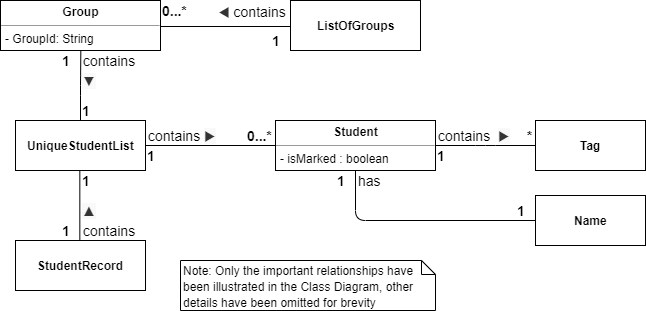
Before: docs/images/GroupStudentClassDiagram.png, a diagram exported from draw.io (nus-cs2103-AY1920S1/addressbook-level3). Source tidied: cells renumbered, new cells last; positions are measured from the earlier drawing's top-left corner, leaving out a move shared by most shapes.
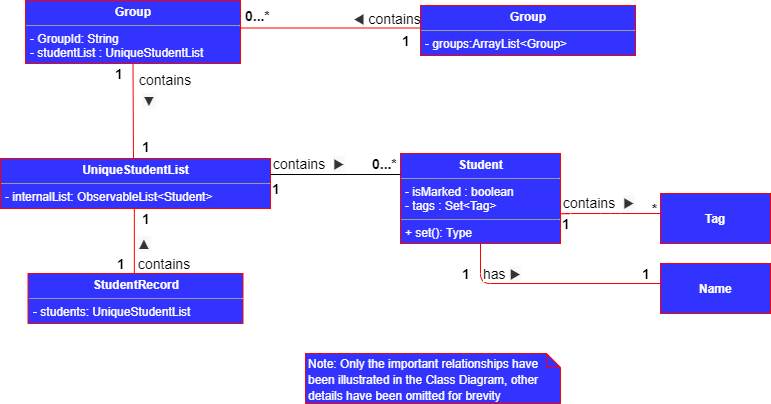
Above is the later version.

Commit message:
DG diagram color

What changed in the source:
```diff
@@ -1,17 +1,22 @@
-<mxGraphModel>
+<mxGraphModel background="#ffffff">
   <root>
     <mxCell id="0" />
     <mxCell id="1" parent="0" />
+    <mxCell id="38" style="endArrow=none;html=1;entryX=0.5;entryY=1;entryDx=0;entryDy=0;strokeColor=#FF0000;" parent="1" edge="1" target="37">
+      <mxGeometry relative="1" as="geometry">
+        <mxPoint x="8" y="130" as="sourcePoint" />
+      </mxGeometry>
+    </mxCell>
-    <mxCell id="2" value="&lt;p style=&quot;margin: 0px ; margin-top: 4px ; text-align: center&quot;&gt;&lt;b&gt;Student&lt;/b&gt;&lt;/p&gt;&lt;hr size=&quot;1&quot;&gt;&lt;p style=&quot;margin: 0px ; margin-left: 4px&quot;&gt;- isMarked : boolean&lt;/p&gt;&lt;hr size=&quot;1&quot;&gt;&lt;p style=&quot;margin: 0px ; margin-left: 4px&quot;&gt;+ set(): Type&lt;/p&gt;" style="verticalAlign=top;align=left;overflow=fill;fontSize=12;fontFamily=Helvetica;html=1;" parent="1" vertex="1">
-      <mxGeometry x="275" y="120" width="160" height="50" as="geometry" />
+    <mxCell id="2" value="&lt;p style=&quot;margin: 0px ; margin-top: 4px ; text-align: center&quot;&gt;&lt;b&gt;Student&lt;/b&gt;&lt;/p&gt;&lt;hr size=&quot;1&quot;&gt;&lt;p style=&quot;margin: 0px ; margin-left: 4px&quot;&gt;- isMarked : boolean&lt;/p&gt;&lt;p style=&quot;margin: 0px ; margin-left: 4px&quot;&gt;- tags : Set&amp;lt;Tag&amp;gt;&lt;/p&gt;&lt;hr size=&quot;1&quot;&gt;&lt;p style=&quot;margin: 0px ; margin-left: 4px&quot;&gt;+ set(): Type&lt;/p&gt;" style="verticalAlign=top;align=left;overflow=fill;fontSize=12;fontFamily=Helvetica;html=1;fontColor=#FFFFFF;strokeColor=#FF0000;fillColor=#3333FF;" parent="1" vertex="1">
+      <mxGeometry x="275" y="120" width="160" height="90" as="geometry" />
     </mxCell>
-    <mxCell id="3" style="endArrow=none;html=1;edgeStyle=orthogonalEdgeStyle;" parent="1" edge="1">
+    <mxCell id="3" style="endArrow=none;html=1;edgeStyle=orthogonalEdgeStyle;strokeColor=#FF0000;" parent="1" edge="1">
       <mxGeometry relative="1" as="geometry">
-        <mxPoint x="435" y="144.5" as="sourcePoint" />
-        <mxPoint x="535" y="145" as="targetPoint" />
+        <mxPoint x="435" y="179" as="sourcePoint" />
+        <mxPoint x="535" y="179.5" as="targetPoint" />
         <Array as="points">
-          <mxPoint x="485" y="145" />
-          <mxPoint x="485" y="145" />
+          <mxPoint x="485" y="179.5" />
+          <mxPoint x="485" y="179.5" />
         </Array>
       </mxGeometry>
     </mxCell>
@@ -19,10 +24,10 @@
       <mxGeometry x="-1" relative="1" as="geometry" />
     </mxCell>
     <mxCell id="5" value="&lt;font style=&quot;font-size: 14px&quot;&gt;&lt;b&gt;1&lt;/b&gt;&lt;/font&gt;" style="text;html=1;align=left;verticalAlign=top;spacingTop=-4;" parent="1" vertex="1">
-      <mxGeometry x="435" y="145" width="20" height="20" as="geometry" />
+      <mxGeometry x="435" y="180" width="20" height="20" as="geometry" />
     </mxCell>
     <mxCell id="6" value="&lt;font style=&quot;font-size: 14px&quot;&gt;&lt;b&gt;*&lt;/b&gt;&lt;/font&gt;" style="text;html=1;align=left;verticalAlign=top;spacingTop=-4;" parent="1" vertex="1">
-      <mxGeometry x="525" y="125" width="20" height="20" as="geometry" />
+      <mxGeometry x="525" y="165" width="20" height="20" as="geometry" />
     </mxCell>
     <mxCell id="7" style="edgeStyle=orthogonalEdgeStyle;rounded=0;orthogonalLoop=1;jettySize=auto;html=1;exitX=0.5;exitY=1;exitDx=0;exitDy=0;" parent="1" edge="1">
       <mxGeometry relative="1" as="geometry">
@@ -30,116 +35,109 @@
         <mxPoint x="615" y="170" as="targetPoint" />
       </mxGeometry>
     </mxCell>
-    <mxCell id="8" value="&lt;b&gt;Tag&lt;/b&gt;" style="html=1;" parent="1" vertex="1">
-      <mxGeometry x="535" y="120" width="110" height="50" as="geometry" />
+    <mxCell id="8" value="&lt;b&gt;Tag&lt;/b&gt;" style="html=1;strokeColor=#FF0000;fillColor=#3333FF;fontColor=#FFFFFF;" parent="1" vertex="1">
+      <mxGeometry x="535" y="160" width="110" height="50" as="geometry" />
     </mxCell>
-    <mxCell id="9" style="endArrow=none;html=1;edgeStyle=orthogonalEdgeStyle;exitX=0.5;exitY=1;exitDx=0;exitDy=0;" parent="1" edge="1" source="2">
+    <mxCell id="9" style="endArrow=none;html=1;edgeStyle=orthogonalEdgeStyle;exitX=0.5;exitY=1;exitDx=0;exitDy=0;entryX=0;entryY=0.5;entryDx=0;entryDy=0;strokeColor=#FF0000;" parent="1" edge="1" source="2" target="14">
       <mxGeometry relative="1" as="geometry">
-        <mxPoint x="525" y="220" as="targetPoint" />
         <Array as="points">
-          <mxPoint x="355" y="220" />
-          <mxPoint x="545" y="220" />
+          <mxPoint x="355" y="250" />
+          <mxPoint x="545" y="250" />
+          <mxPoint x="545" y="245" />
         </Array>
       </mxGeometry>
     </mxCell>
-    <mxCell id="10" value="&lt;font style=&quot;font-size: 14px&quot;&gt;has&lt;/font&gt;" style="html=1;align=left;verticalAlign=bottom;labelBackgroundColor=#ffffff;fontSize=10;" parent="9" vertex="1">
+    <mxCell id="10" value="&lt;font style=&quot;font-size: 14px&quot;&gt;has&amp;nbsp;&lt;/font&gt;&lt;span style=&quot;color: rgb(51 , 51 , 51) ; font-family: &amp;#34;open sans&amp;#34; , &amp;#34;helvetica neue&amp;#34; , &amp;#34;helvetica&amp;#34; , &amp;#34;arial&amp;#34; , sans-serif ; font-size: 14px ; white-space: normal ; background-color: rgb(249 , 249 , 249)&quot;&gt;▶&lt;/span&gt;" style="html=1;align=left;verticalAlign=bottom;labelBackgroundColor=#ffffff;fontSize=10;" parent="9" vertex="1">
       <mxGeometry x="-1" relative="1" as="geometry">
-        <mxPoint y="20" as="offset" />
+        <mxPoint y="40" as="offset" />
       </mxGeometry>
     </mxCell>
     <mxCell id="11" style="html=1;align=right;verticalAlign=bottom;labelBackgroundColor=#ffffff;fontSize=10;" parent="9" vertex="1">
       <mxGeometry x="1" relative="1" as="geometry" />
     </mxCell>
     <mxCell id="12" value="&lt;font style=&quot;font-size: 14px&quot;&gt;&lt;b&gt;1&lt;/b&gt;&lt;/font&gt;" style="text;html=1;align=left;verticalAlign=top;spacingTop=-4;" parent="1" vertex="1">
-      <mxGeometry x="335" y="170" width="20" height="20" as="geometry" />
+      <mxGeometry x="335" y="230" width="20" height="20" as="geometry" />
     </mxCell>
     <mxCell id="13" value="&lt;font style=&quot;font-size: 14px&quot;&gt;&lt;b&gt;1&lt;/b&gt;&lt;/font&gt;" style="text;html=1;align=left;verticalAlign=top;spacingTop=-4;" parent="1" vertex="1">
-      <mxGeometry x="515" y="200" width="20" height="20" as="geometry" />
+      <mxGeometry x="515" y="230" width="20" height="20" as="geometry" />
     </mxCell>
-    <mxCell id="14" value="&lt;b&gt;Name&lt;/b&gt;" style="html=1;" parent="1" vertex="1">
-      <mxGeometry x="535" y="195" width="110" height="50" as="geometry" />
+    <mxCell id="14" value="&lt;b&gt;Name&lt;/b&gt;" style="html=1;fontColor=#FFFFFF;strokeColor=#FF0000;fillColor=#3333FF;" parent="1" vertex="1">
+      <mxGeometry x="535" y="230" width="110" height="50" as="geometry" />
     </mxCell>
-    <mxCell id="15" value="&lt;b&gt;UniqueStudentList&lt;/b&gt;" style="html=1;" parent="1" vertex="1">
-      <mxGeometry x="15" y="120" width="130" height="50" as="geometry" />
-    </mxCell>
-    <mxCell id="16" style="endArrow=none;html=1;edgeStyle=orthogonalEdgeStyle;entryX=0;entryY=0.5;entryDx=0;entryDy=0;" parent="1" edge="1" target="2">
-      <mxGeometry relative="1" as="geometry">
-        <mxPoint x="145" y="145" as="sourcePoint" />
-      </mxGeometry>
-    </mxCell>
-    <mxCell id="17" value="&lt;font style=&quot;font-size: 14px&quot;&gt;contains&amp;nbsp;&lt;span style=&quot;color: rgb(51 , 51 , 51) ; font-family: &amp;#34;open sans&amp;#34; , &amp;#34;helvetica neue&amp;#34; , &amp;#34;helvetica&amp;#34; , &amp;#34;arial&amp;#34; , sans-serif ; white-space: normal ; background-color: rgb(249 , 249 , 249)&quot;&gt;▶&lt;/span&gt;&lt;/font&gt;" style="html=1;align=left;verticalAlign=bottom;labelBackgroundColor=#ffffff;fontSize=10;" parent="16" vertex="1">
-      <mxGeometry x="-1" relative="1" as="geometry" />
-    </mxCell>
     <mxCell id="18" value="&lt;font style=&quot;font-size: 14px&quot;&gt;&lt;b&gt;1&lt;/b&gt;&lt;/font&gt;" style="text;html=1;align=left;verticalAlign=top;spacingTop=-4;" parent="1" vertex="1">
       <mxGeometry x="145" y="145" width="20" height="20" as="geometry" />
     </mxCell>
     <mxCell id="19" value="&lt;font style=&quot;font-size: 14px&quot;&gt;&lt;b&gt;0...*&lt;/b&gt;&lt;/font&gt;" style="text;html=1;align=left;verticalAlign=top;spacingTop=-4;" parent="1" vertex="1">
-      <mxGeometry x="245" y="125" width="40" height="20" as="geometry" />
+      <mxGeometry x="245" y="120" width="40" height="20" as="geometry" />
     </mxCell>
-    <mxCell id="20" style="endArrow=none;html=1;edgeStyle=orthogonalEdgeStyle;entryX=0.5;entryY=0;entryDx=0;entryDy=0;exitX=0.5;exitY=1;exitDx=0;exitDy=0;" parent="1" edge="1" target="15">
-      <mxGeometry relative="1" as="geometry">
-        <mxPoint x="80.3" y="50" as="sourcePoint" />
-      </mxGeometry>
-    </mxCell>
-    <mxCell id="21" value="contains" style="html=1;align=left;verticalAlign=bottom;labelBackgroundColor=#ffffff;fontSize=14;" parent="20" vertex="1">
-      <mxGeometry x="-1" relative="1" as="geometry">
-        <mxPoint y="20" as="offset" />
-      </mxGeometry>
-    </mxCell>
     <mxCell id="22" value="&lt;font style=&quot;font-size: 14px&quot;&gt;&lt;b&gt;1&lt;/b&gt;&lt;/font&gt;" style="text;html=1;align=left;verticalAlign=top;spacingTop=-4;" parent="1" vertex="1">
-      <mxGeometry x="60" y="50" width="20" height="20" as="geometry" />
+      <mxGeometry x="-12.5" y="30" width="20" height="20" as="geometry" />
     </mxCell>
     <mxCell id="23" value="&lt;span style=&quot;color: rgb(51 , 51 , 51) ; font-family: &amp;#34;open sans&amp;#34; , &amp;#34;helvetica neue&amp;#34; , &amp;#34;helvetica&amp;#34; , &amp;#34;arial&amp;#34; , sans-serif ; white-space: normal ; background-color: rgb(249 , 249 , 249)&quot;&gt;▼&lt;/span&gt;" style="text;html=1;align=left;verticalAlign=top;spacingTop=-4;fontSize=14;" parent="1" vertex="1">
-      <mxGeometry x="80" y="70" width="30" height="20" as="geometry" />
+      <mxGeometry x="15" y="56.5" width="30" height="20" as="geometry" />
     </mxCell>
-    <mxCell id="24" style="endArrow=none;html=1;edgeStyle=orthogonalEdgeStyle;entryX=0.5;entryY=0;entryDx=0;entryDy=0;exitX=0.5;exitY=1;exitDx=0;exitDy=0;" parent="1" edge="1">
+    <mxCell id="24" style="endArrow=none;html=1;edgeStyle=orthogonalEdgeStyle;entryX=0.5;entryY=0;entryDx=0;entryDy=0;exitX=0.5;exitY=1;exitDx=0;exitDy=0;strokeColor=#FF0000;" parent="1" edge="1">
       <mxGeometry relative="1" as="geometry">
-        <mxPoint x="79.3" y="170" as="sourcePoint" />
-        <mxPoint x="79.3" y="240" as="targetPoint" />
+        <mxPoint x="8.8" y="175" as="sourcePoint" />
+        <mxPoint x="8.8" y="245" as="targetPoint" />
       </mxGeometry>
     </mxCell>
     <mxCell id="25" value="contains" style="html=1;align=left;verticalAlign=bottom;labelBackgroundColor=#ffffff;fontSize=14;" parent="24" vertex="1">
       <mxGeometry x="-1" relative="1" as="geometry">
-        <mxPoint x="0.5" y="70" as="offset" />
+        <mxPoint x="1" y="65" as="offset" />
       </mxGeometry>
     </mxCell>
     <mxCell id="26" value="&lt;span style=&quot;color: rgb(51 , 51 , 51) ; font-family: &amp;#34;open sans&amp;#34; , &amp;#34;helvetica neue&amp;#34; , &amp;#34;helvetica&amp;#34; , &amp;#34;arial&amp;#34; , sans-serif ; white-space: normal ; background-color: rgb(249 , 249 , 249)&quot;&gt;▲&lt;/span&gt;" style="text;html=1;align=left;verticalAlign=top;spacingTop=-4;fontSize=14;" parent="1" vertex="1">
-      <mxGeometry x="80" y="200" width="30" height="20" as="geometry" />
+      <mxGeometry x="10" y="200" width="30" height="20" as="geometry" />
     </mxCell>
     <mxCell id="27" value="&lt;b&gt;1&lt;/b&gt;" style="text;html=1;align=left;verticalAlign=top;spacingTop=-4;fontSize=14;" parent="1" vertex="1">
-      <mxGeometry x="60" y="220" width="20" height="20" as="geometry" />
+      <mxGeometry x="-10" y="220" width="20" height="20" as="geometry" />
     </mxCell>
     <mxCell id="28" value="&lt;b&gt;1&lt;/b&gt;" style="text;html=1;align=left;verticalAlign=top;spacingTop=-4;fontSize=14;" parent="1" vertex="1">
-      <mxGeometry x="80" y="170" width="20" height="20" as="geometry" />
+      <mxGeometry x="15" y="175" width="20" height="20" as="geometry" />
     </mxCell>
     <mxCell id="29" value="&lt;b&gt;1&lt;/b&gt;" style="text;html=1;align=left;verticalAlign=top;spacingTop=-4;fontSize=14;" parent="1" vertex="1">
-      <mxGeometry x="80" y="100" width="20" height="20" as="geometry" />
+      <mxGeometry x="15" y="102.5" width="20" height="20" as="geometry" />
     </mxCell>
-    <mxCell id="30" value="&lt;b&gt;StudentRecord&lt;/b&gt;" style="html=1;" parent="1" vertex="1">
-      <mxGeometry x="15" y="240" width="130" height="50" as="geometry" />
-    </mxCell>
     <mxCell id="31" value="&lt;font style=&quot;font-size: 14px&quot;&gt;&lt;b&gt;1&lt;/b&gt;&lt;/font&gt;" style="text;html=1;align=left;verticalAlign=top;spacingTop=-4;" parent="1" vertex="1">
-      <mxGeometry x="270" y="30" width="20" height="20" as="geometry" />
+      <mxGeometry x="275" y="-3" width="20" height="20" as="geometry" />
     </mxCell>
     <mxCell id="32" value="&lt;font style=&quot;font-size: 14px&quot;&gt;&lt;b&gt;0...*&lt;/b&gt;&lt;/font&gt;" style="text;html=1;align=left;verticalAlign=top;spacingTop=-4;" parent="1" vertex="1">
-      <mxGeometry x="160" width="40" height="20" as="geometry" />
+      <mxGeometry x="117.5" y="-28" width="40" height="20" as="geometry" />
     </mxCell>
     <mxCell id="33" value="&lt;font style=&quot;font-size: 14px&quot;&gt;&lt;span style=&quot;color: rgb(51 , 51 , 51) ; font-family: &amp;#34;open sans&amp;#34; , &amp;#34;helvetica neue&amp;#34; , &amp;#34;helvetica&amp;#34; , &amp;#34;arial&amp;#34; , sans-serif ; white-space: normal&quot;&gt;◀&lt;/span&gt;&amp;nbsp;contains&lt;br&gt;&lt;/font&gt;" style="html=1;align=left;verticalAlign=bottom;labelBackgroundColor=#ffffff;fontSize=10;" parent="1" vertex="1">
-      <mxGeometry x="165" y="25" as="geometry">
+      <mxGeometry x="175" y="-1.5" as="geometry">
         <mxPoint x="50" y="-4" as="offset" />
       </mxGeometry>
     </mxCell>
-    <mxCell id="34" value="&lt;font style=&quot;font-size: 12px&quot;&gt;Note: Only the important relationships have been illustrated in the Class Diagram, other details have been omitted for brevity&lt;/font&gt;" style="shape=note;whiteSpace=wrap;html=1;size=14;verticalAlign=top;align=left;spacingTop=-6;fontSize=14;" parent="1" vertex="1">
-      <mxGeometry x="180" y="260" width="255" height="50" as="geometry" />
+    <mxCell id="34" value="&lt;font style=&quot;font-size: 12px&quot;&gt;Note: Only the important relationships have been illustrated in the Class Diagram, other details have been omitted for brevity&lt;/font&gt;" style="shape=note;whiteSpace=wrap;html=1;size=14;verticalAlign=top;align=left;spacingTop=-6;fontSize=14;fontColor=#FFFFFF;fillColor=#3333FF;strokeColor=#FF0000;" parent="1" vertex="1">
+      <mxGeometry x="180" y="320" width="255" height="50" as="geometry" />
     </mxCell>
-    <mxCell id="35" style="line;strokeWidth=1;fillColor=none;align=left;verticalAlign=middle;spacingTop=-1;spacingLeft=3;spacingRight=3;labelPosition=right;fontSize=14;" parent="1" vertex="1">
-      <mxGeometry x="160" y="22" width="135" height="8" as="geometry" />
+    <mxCell id="35" style="line;strokeWidth=1;fillColor=none;align=left;verticalAlign=middle;spacingTop=-1;spacingLeft=3;spacingRight=3;labelPosition=right;fontSize=14;strokeColor=#FF0000;" parent="1" vertex="1">
+      <mxGeometry x="115" y="-9.5" width="180" height="8" as="geometry" />
     </mxCell>
-    <mxCell id="36" value="&lt;b&gt;ListOfGroups&lt;/b&gt;" style="html=1;" parent="1" vertex="1">
-      <mxGeometry x="290" width="130" height="50" as="geometry" />
-    </mxCell>
-    <mxCell id="37" value="&lt;p style=&quot;margin: 0px ; margin-top: 4px ; text-align: center&quot;&gt;&lt;b&gt;Group&lt;/b&gt;&lt;/p&gt;&lt;hr size=&quot;1&quot;&gt;&lt;p style=&quot;margin: 0px ; margin-left: 4px&quot;&gt;- GroupId: String&lt;/p&gt;&lt;hr size=&quot;1&quot;&gt;&lt;p style=&quot;margin: 0px ; margin-left: 4px&quot;&gt;&lt;br&gt;&lt;/p&gt;" style="verticalAlign=top;align=left;overflow=fill;fontSize=12;fontFamily=Helvetica;html=1;" parent="1" vertex="1">
-      <mxGeometry width="160" height="50" as="geometry" />
+    <mxCell id="37" value="&lt;p style=&quot;margin: 0px ; margin-top: 4px ; text-align: center&quot;&gt;&lt;b&gt;Group&lt;/b&gt;&lt;/p&gt;&lt;hr size=&quot;1&quot;&gt;&lt;p style=&quot;margin: 0px ; margin-left: 4px&quot;&gt;- GroupId: String&lt;/p&gt;&lt;p style=&quot;margin: 0px ; margin-left: 4px&quot;&gt;- studentList : UniqueStudentList&lt;/p&gt;&lt;hr size=&quot;1&quot;&gt;&lt;p style=&quot;margin: 0px ; margin-left: 4px&quot;&gt;&lt;br&gt;&lt;/p&gt;" style="verticalAlign=top;align=left;overflow=fill;fontSize=12;fontFamily=Helvetica;html=1;fillColor=#3333FF;strokeColor=#FF0000;fontColor=#FFFFFF;" parent="1" vertex="1">
+      <mxGeometry x="-100" y="-33" width="215" height="63" as="geometry" />
     </mxCell>
+    <mxCell id="39" value="&lt;p style=&quot;margin: 0px ; margin-top: 4px ; text-align: center&quot;&gt;&lt;b&gt;UniqueStudentList&lt;/b&gt;&lt;/p&gt;&lt;hr size=&quot;1&quot;&gt;&lt;p style=&quot;margin: 0px ; margin-left: 4px&quot;&gt;- internalList: ObservableList&amp;lt;Student&amp;gt;&lt;/p&gt;&lt;hr size=&quot;1&quot;&gt;&lt;p style=&quot;margin: 0px ; margin-left: 4px&quot;&gt;&lt;br&gt;&lt;/p&gt;" style="verticalAlign=top;align=left;overflow=fill;fontSize=12;fontFamily=Helvetica;html=1;strokeColor=#FF0000;fillColor=#3333FF;fontColor=#FFFFFF;" parent="1" vertex="1">
+      <mxGeometry x="-125" y="125" width="270" height="50" as="geometry" />
+    </mxCell>
+    <mxCell id="40" value="&lt;p style=&quot;margin: 0px ; margin-top: 4px ; text-align: center&quot;&gt;&lt;b&gt;Group&lt;/b&gt;&lt;/p&gt;&lt;hr size=&quot;1&quot;&gt;&lt;p style=&quot;margin: 0px ; margin-left: 4px&quot;&gt;- groups:ArrayList&amp;lt;Group&amp;gt;&lt;br&gt;&lt;/p&gt;&lt;hr size=&quot;1&quot;&gt;&lt;p style=&quot;margin: 0px ; margin-left: 4px&quot;&gt;&lt;br&gt;&lt;/p&gt;" style="verticalAlign=top;align=left;overflow=fill;fontSize=12;fontFamily=Helvetica;html=1;fontColor=#FFFFFF;fillColor=#3333FF;strokeColor=#FF0000;" parent="1" vertex="1">
+      <mxGeometry x="295" y="-28" width="215" height="50" as="geometry" />
+    </mxCell>
+    <mxCell id="41" style="line;strokeWidth=1;fillColor=none;align=left;verticalAlign=middle;spacingTop=-1;spacingLeft=3;spacingRight=3;labelPosition=right;fontSize=14;" parent="1" vertex="1">
+      <mxGeometry x="145" y="137" width="130" height="8" as="geometry" />
+    </mxCell>
+    <mxCell id="17" value="&lt;font style=&quot;font-size: 14px&quot;&gt;contains&amp;nbsp;&amp;nbsp;&lt;span style=&quot;color: rgb(51 , 51 , 51) ; font-family: &amp;#34;open sans&amp;#34; , &amp;#34;helvetica neue&amp;#34; , &amp;#34;helvetica&amp;#34; , &amp;#34;arial&amp;#34; , sans-serif ; white-space: normal ; background-color: rgb(249 , 249 , 249)&quot;&gt;▶&lt;/span&gt;&lt;/font&gt;" style="html=1;align=left;verticalAlign=bottom;labelBackgroundColor=#ffffff;fontSize=10;" parent="1" vertex="1">
+      <mxGeometry x="145" y="140" as="geometry" />
+    </mxCell>
+    <mxCell id="42" value="&lt;p style=&quot;margin: 0px ; margin-top: 4px ; text-align: center&quot;&gt;&lt;b&gt;StudentRecord&lt;/b&gt;&lt;/p&gt;&lt;hr size=&quot;1&quot;&gt;&lt;p style=&quot;margin: 0px ; margin-left: 4px&quot;&gt;- students: UniqueStudentList&lt;br&gt;&lt;/p&gt;&lt;hr size=&quot;1&quot;&gt;&lt;p style=&quot;margin: 0px ; margin-left: 4px&quot;&gt;&lt;br&gt;&lt;/p&gt;" style="verticalAlign=top;align=left;overflow=fill;fontSize=12;fontFamily=Helvetica;html=1;strokeColor=#FF0000;fillColor=#3333FF;fontColor=#FFFFFF;" parent="1" vertex="1">
+      <mxGeometry x="-97.5" y="240" width="215" height="50" as="geometry" />
+    </mxCell>
+    <mxCell id="21" value="contains" style="html=1;align=left;verticalAlign=bottom;labelBackgroundColor=#ffffff;fontSize=14;" parent="1" vertex="1">
+      <mxGeometry x="9.8" y="-9.5" as="geometry">
+        <mxPoint x="1" y="65" as="offset" />
+      </mxGeometry>
+    </mxCell>
   </root>
 </mxGraphModel>
```
